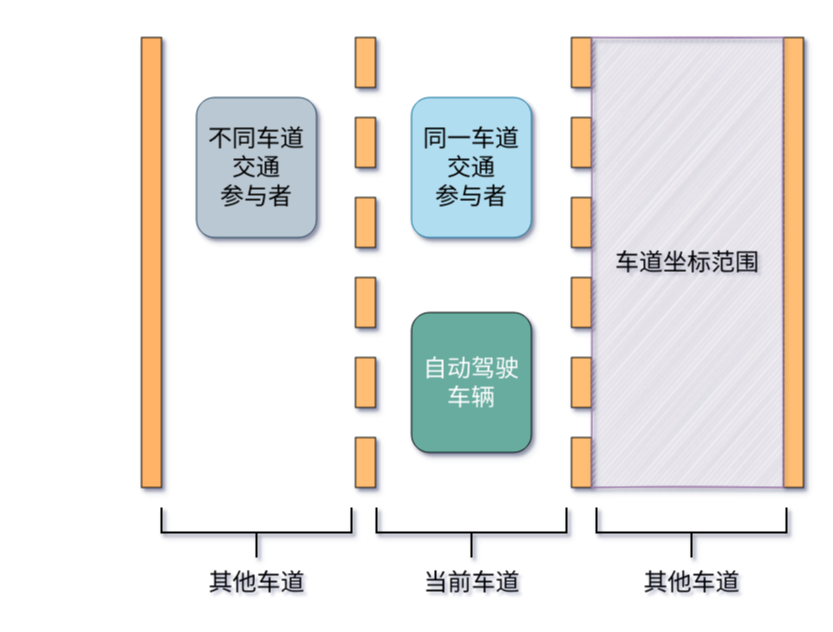
Above: object_position_illustration.drawio in puresummersky/ML_web (draw.io), before the change. Source tidied: cells renumbered, new cells numbered last; positions are measured from the earlier drawing's top-left corner, leaving out a move shared by most shapes. Both pictures are drawn from the tidied source at 100%, with x=0, y=0 at pixel (141, 37).
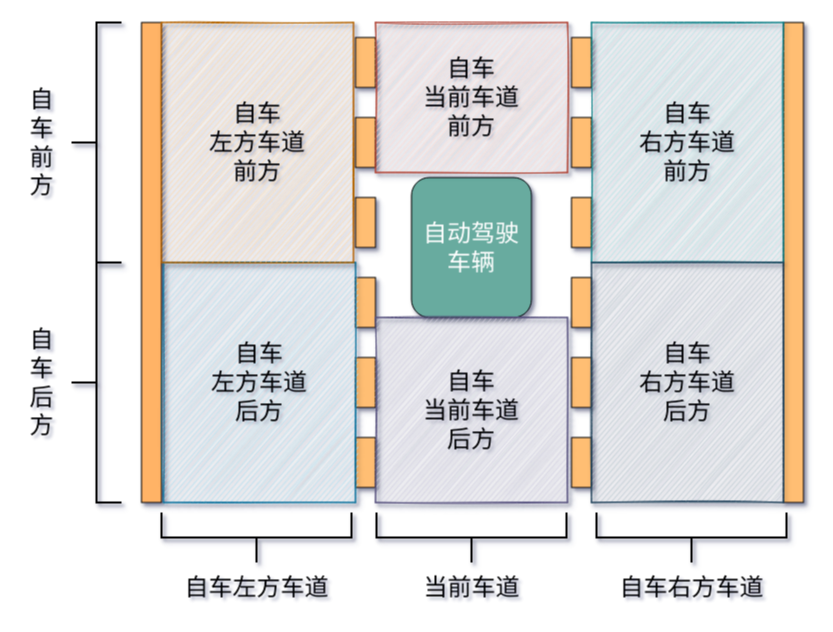
The same diagram, later.

The edit, as a diff of the source:
```diff
@@
     <mxCell id="3" style="rounded=0;whiteSpace=wrap;html=1;fillColor=#FFB366;shadow=1;" parent="1" vertex="1">
-      <mxGeometry width="20" height="450" as="geometry" />
+      <mxGeometry y="-15" width="20" height="480" as="geometry" />
     </mxCell>
     <mxCell id="4" style="rounded=0;whiteSpace=wrap;html=1;fillColor=#FFBE73;shadow=1;" parent="1" vertex="1">
-      <mxGeometry x="642" width="20" height="450" as="geometry" />
+      <mxGeometry x="642" y="-15" width="20" height="480" as="geometry" />
     </mxCell>
@@
     <mxCell id="16" value="&lt;div&gt;&lt;font style=&quot;font-size: 24px;&quot; face=&quot;Helvetica&quot; color=&quot;#FFFFFF&quot;&gt;自动驾驶车辆&lt;/font&gt;&lt;/div&gt;" style="rounded=1;whiteSpace=wrap;html=1;strokeColor=#000000;fillColor=#67AB9F;shadow=1;" parent="1" vertex="1">
-      <mxGeometry x="270" y="275" width="120" height="140" as="geometry" />
+      <mxGeometry x="270" y="140" width="120" height="140" as="geometry" />
     </mxCell>
-    <mxCell id="17" value="&lt;div&gt;&lt;font style=&quot;font-size: 24px;&quot; face=&quot;Helvetica&quot;&gt;不同&lt;/font&gt;&lt;font style=&quot;font-size: 24px;&quot; face=&quot;Helvetica&quot;&gt;车道交通&lt;/font&gt;&lt;div&gt;&lt;font style=&quot;font-size: 24px;&quot; face=&quot;Helvetica&quot;&gt;参与者&lt;br&gt;&lt;/font&gt;&lt;/div&gt;&lt;/div&gt;" style="rounded=1;whiteSpace=wrap;html=1;strokeColor=#23445d;fillColor=#bac8d3;shadow=1;" parent="1" vertex="1">
-      <mxGeometry x="55" y="60" width="120" height="140" as="geometry" />
-    </mxCell>
     <mxCell id="18" style="strokeWidth=2;html=1;shape=mxgraph.flowchart.annotation_2;align=left;labelPosition=right;fontFamily=Helvetica;fontSize=24;fontColor=#000000;fillColor=#67AB9F;rotation=-90;shadow=1;" parent="1" vertex="1">
-      <mxGeometry x="90" y="400" width="50" height="190" as="geometry" />
+      <mxGeometry x="90" y="405" width="50" height="190" as="geometry" />
     </mxCell>
-    <mxCell id="19" value="其他车道" style="text;html=1;align=center;verticalAlign=middle;strokeColor=none;fillColor=none;fontSize=24;fontFamily=Helvetica;fontColor=#000000;shadow=1;" parent="1" vertex="1">
-      <mxGeometry x="60" y="530" width="110" height="30" as="geometry" />
+    <mxCell id="19" value="自车左方车道" style="text;html=1;align=center;verticalAlign=middle;strokeColor=none;fillColor=none;fontSize=24;fontFamily=Helvetica;fontColor=#000000;shadow=1;" parent="1" vertex="1">
+      <mxGeometry x="35" y="535" width="160" height="30" as="geometry" />
     </mxCell>
     <mxCell id="20" style="strokeWidth=2;html=1;shape=mxgraph.flowchart.annotation_2;align=left;labelPosition=right;fontFamily=Helvetica;fontSize=24;fontColor=#000000;fillColor=#67AB9F;rotation=-90;shadow=1;" parent="1" vertex="1">
-      <mxGeometry x="305" y="400" width="50" height="190" as="geometry" />
+      <mxGeometry x="305" y="405" width="50" height="190" as="geometry" />
     </mxCell>
     <mxCell id="21" value="当前车道" style="text;html=1;align=center;verticalAlign=middle;strokeColor=none;fillColor=none;fontSize=24;fontFamily=Helvetica;fontColor=#000000;shadow=1;" parent="1" vertex="1">
-      <mxGeometry x="275" y="530" width="110" height="30" as="geometry" />
+      <mxGeometry x="275" y="535" width="110" height="30" as="geometry" />
     </mxCell>
     <mxCell id="22" style="strokeWidth=2;html=1;shape=mxgraph.flowchart.annotation_2;align=left;labelPosition=right;fontFamily=Helvetica;fontSize=24;fontColor=#000000;fillColor=#67AB9F;rotation=-90;shadow=1;" parent="1" vertex="1">
-      <mxGeometry x="525" y="400" width="50" height="190" as="geometry" />
+      <mxGeometry x="525" y="405" width="50" height="190" as="geometry" />
     </mxCell>
-    <mxCell id="23" value="其他车道" style="text;html=1;align=center;verticalAlign=middle;strokeColor=none;fillColor=none;fontSize=24;fontFamily=Helvetica;fontColor=#000000;shadow=1;" parent="1" vertex="1">
-      <mxGeometry x="495" y="530" width="110" height="30" as="geometry" />
+    <mxCell id="23" value="自车右方车道" style="text;html=1;align=center;verticalAlign=middle;strokeColor=none;fillColor=none;fontSize=24;fontFamily=Helvetica;fontColor=#000000;shadow=1;" parent="1" vertex="1">
+      <mxGeometry x="470" y="535" width="160" height="30" as="geometry" />
     </mxCell>
-    <mxCell id="24" value="&lt;div&gt;&lt;font style=&quot;font-size: 24px;&quot; face=&quot;Helvetica&quot;&gt;同一车道交通&lt;/font&gt;&lt;/div&gt;&lt;div&gt;&lt;font style=&quot;font-size: 24px;&quot; face=&quot;Helvetica&quot;&gt;参与者&lt;br&gt;&lt;/font&gt;&lt;/div&gt;" style="rounded=1;whiteSpace=wrap;html=1;strokeColor=#10739e;fillColor=#b1ddf0;fontColor=#000000;shadow=1;" parent="1" vertex="1">
-      <mxGeometry x="270" y="60" width="120" height="140" as="geometry" />
-    </mxCell>
-    <mxCell id="25" value="车道坐标范围" style="rounded=0;whiteSpace=wrap;html=1;fontFamily=Helvetica;fontSize=24;strokeColor=#9673a6;fillColor=#e1d5e7;glass=0;sketch=1;shadow=1;" parent="1" vertex="1">
-      <mxGeometry x="450" width="192" height="450" as="geometry" />
+    <mxCell id="25" value="&lt;div&gt;自车&lt;br&gt;&lt;/div&gt;&lt;div&gt;右方车道&lt;/div&gt;&lt;div&gt;前方&lt;/div&gt;" style="rounded=0;whiteSpace=wrap;html=1;fontFamily=Helvetica;fontSize=24;strokeColor=#0e8088;fillColor=#b0e3e6;glass=0;sketch=1;shadow=1;" parent="1" vertex="1">
+      <mxGeometry x="450" y="-15" width="192" height="240" as="geometry" />
     </mxCell>
+    <mxCell id="26" value="&lt;div&gt;自车&lt;br&gt;&lt;/div&gt;&lt;div&gt;右方车道&lt;/div&gt;&lt;div&gt;后方&lt;/div&gt;" style="rounded=0;whiteSpace=wrap;html=1;fontFamily=Helvetica;fontSize=24;strokeColor=#23445d;fillColor=#bac8d3;glass=0;sketch=1;shadow=1;" parent="1" vertex="1">
+      <mxGeometry x="450" y="225" width="192" height="240" as="geometry" />
+    </mxCell>
+    <mxCell id="27" value="&lt;div&gt;自车&lt;br&gt;&lt;/div&gt;&lt;div&gt;左方车道&lt;/div&gt;&lt;div&gt;后方&lt;/div&gt;" style="rounded=0;whiteSpace=wrap;html=1;fontFamily=Helvetica;fontSize=24;strokeColor=#10739e;fillColor=#b1ddf0;glass=0;sketch=1;shadow=1;" parent="1" vertex="1">
+      <mxGeometry x="22" y="225" width="192" height="240" as="geometry" />
+    </mxCell>
+    <mxCell id="28" value="&lt;div&gt;自车&lt;br&gt;&lt;/div&gt;&lt;div&gt;左方车道&lt;/div&gt;&lt;div&gt;前方&lt;/div&gt;" style="rounded=0;whiteSpace=wrap;html=1;fontFamily=Helvetica;fontSize=24;strokeColor=#b46504;fillColor=#fad7ac;glass=0;sketch=1;shadow=1;" parent="1" vertex="1">
+      <mxGeometry x="20" y="-15" width="192" height="240" as="geometry" />
+    </mxCell>
+    <mxCell id="29" value="&lt;div&gt;自车&lt;br&gt;&lt;/div&gt;&lt;div&gt;当前车道&lt;/div&gt;&lt;div&gt;前方&lt;/div&gt;" style="rounded=0;whiteSpace=wrap;html=1;fontFamily=Helvetica;fontSize=24;strokeColor=#ae4132;fillColor=#fad9d5;glass=0;sketch=1;shadow=1;" parent="1" vertex="1">
+      <mxGeometry x="234" y="-15" width="192" height="150" as="geometry" />
+    </mxCell>
+    <mxCell id="30" value="&lt;div&gt;自车&lt;br&gt;&lt;/div&gt;&lt;div&gt;当前车道&lt;/div&gt;&lt;div&gt;后方&lt;/div&gt;" style="rounded=0;whiteSpace=wrap;html=1;fontFamily=Helvetica;fontSize=24;strokeColor=#56517e;fillColor=#d0cee2;glass=0;sketch=1;shadow=1;" parent="1" vertex="1">
+      <mxGeometry x="234" y="280" width="192" height="185" as="geometry" />
+    </mxCell>
+    <mxCell id="31" style="strokeWidth=2;html=1;shape=mxgraph.flowchart.annotation_2;align=left;labelPosition=right;fontFamily=Helvetica;fontSize=24;fontColor=#000000;fillColor=#67AB9F;rotation=0;shadow=1;" parent="1" vertex="1">
+      <mxGeometry x="-70" y="-15" width="50" height="240" as="geometry" />
+    </mxCell>
+    <mxCell id="32" style="strokeWidth=2;html=1;shape=mxgraph.flowchart.annotation_2;align=left;labelPosition=right;fontFamily=Helvetica;fontSize=24;fontColor=#000000;fillColor=#67AB9F;rotation=0;shadow=1;" parent="1" vertex="1">
+      <mxGeometry x="-70" y="225" width="50" height="240" as="geometry" />
+    </mxCell>
+    <mxCell id="33" value="&lt;div&gt;自&lt;/div&gt;&lt;div&gt;车&lt;/div&gt;&lt;div&gt;后&lt;/div&gt;&lt;div&gt;方&lt;/div&gt;" style="text;html=1;align=center;verticalAlign=middle;strokeColor=none;fillColor=none;fontSize=24;fontFamily=Helvetica;fontColor=#000000;shadow=1;" parent="1" vertex="1">
+      <mxGeometry x="-120" y="285" width="40" height="120" as="geometry" />
+    </mxCell>
+    <mxCell id="34" value="&lt;div&gt;自&lt;/div&gt;&lt;div&gt;车&lt;/div&gt;&lt;div&gt;前&lt;br&gt;&lt;/div&gt;&lt;div&gt;方&lt;/div&gt;" style="text;html=1;align=center;verticalAlign=middle;strokeColor=none;fillColor=none;fontSize=24;fontFamily=Helvetica;fontColor=#000000;shadow=1;" parent="1" vertex="1">
+      <mxGeometry x="-120" y="45" width="40" height="120" as="geometry" />
+    </mxCell>
```
